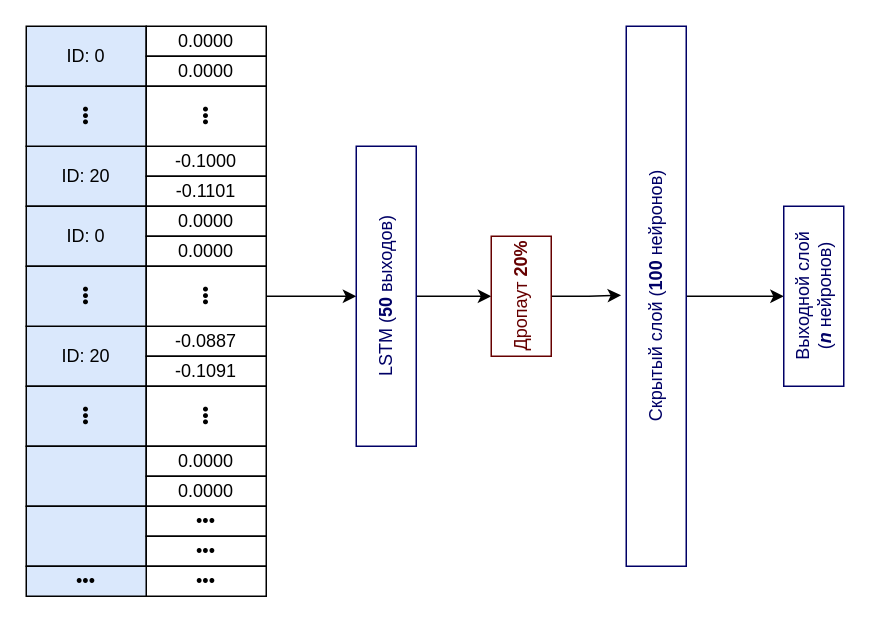
Above: page "Page-2" (2 of 3) of docs/pics/drawio_schemes/nn-scheme.drawio in in7erval/Gesturix (draw.io), before the change. Source tidied: cells renumbered, new cells numbered last; positions are measured from the earlier drawing's top-left corner, leaving out a move shared by most shapes. Both pictures are drawn from the tidied source at 150%, with x=0, y=0 at pixel (26, 26).
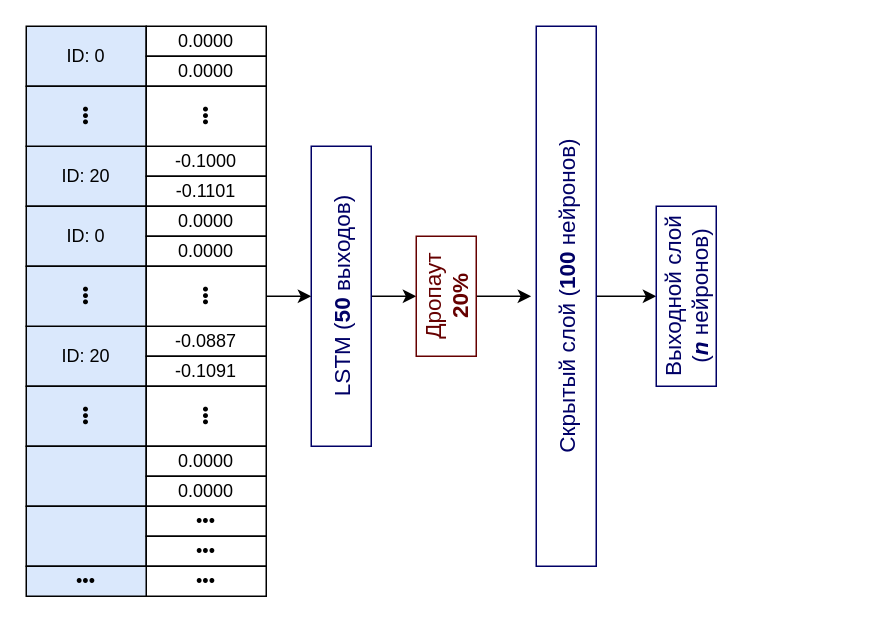
After the change.

What changed in the source:
```diff
@@
-    <mxCell id="9" value="LSTM (&lt;b&gt;50&lt;/b&gt; выходов)" style="rounded=0;whiteSpace=wrap;html=1;strokeColor=#000066;horizontal=0;fontColor=#000066;" parent="1" vertex="1">
-      <mxGeometry x="220" y="80" width="40" height="200" as="geometry" />
+    <mxCell id="9" value="LSTM (&lt;b style=&quot;font-size: 15px;&quot;&gt;50&lt;/b&gt; выходов)" style="rounded=0;whiteSpace=wrap;html=1;strokeColor=#000066;horizontal=0;fontColor=#000066;fontSize=15;" parent="1" vertex="1">
+      <mxGeometry x="190" y="80" width="40" height="200" as="geometry" />
     </mxCell>
@@
-    <mxCell id="11" value="Дропаут &lt;b&gt;20%&lt;/b&gt;" style="rounded=0;whiteSpace=wrap;html=1;strokeColor=#660000;horizontal=0;fontColor=#660000;" parent="1" vertex="1">
-      <mxGeometry x="310" y="140" width="40" height="80" as="geometry" />
+    <mxCell id="11" value="Дропаут &lt;b style=&quot;font-size: 15px;&quot;&gt;20%&lt;/b&gt;" style="rounded=0;whiteSpace=wrap;html=1;strokeColor=#660000;horizontal=0;fontColor=#660000;fontSize=15;" parent="1" vertex="1">
+      <mxGeometry x="260" y="140" width="40" height="80" as="geometry" />
     </mxCell>
@@
-    <mxCell id="13" value="Скрытый слой (&lt;b&gt;100&lt;/b&gt;&amp;nbsp;нейронов)" style="rounded=0;whiteSpace=wrap;html=1;strokeColor=#000066;horizontal=0;fontColor=#000066;" parent="1" vertex="1">
-      <mxGeometry x="400" width="40" height="360" as="geometry" />
+    <mxCell id="13" value="Скрытый слой (&lt;b style=&quot;font-size: 15px;&quot;&gt;100&lt;/b&gt;&amp;nbsp;нейронов)" style="rounded=0;whiteSpace=wrap;html=1;strokeColor=#000066;horizontal=0;fontColor=#000066;fontSize=15;" parent="1" vertex="1">
+      <mxGeometry x="340" width="40" height="360" as="geometry" />
     </mxCell>
-    <mxCell id="14" value="Выходной слой (&lt;i&gt;&lt;b&gt;n&lt;/b&gt;&amp;nbsp;&lt;/i&gt;нейронов)" style="rounded=0;whiteSpace=wrap;html=1;strokeColor=#000066;horizontal=0;fontColor=#000066;" parent="1" vertex="1">
-      <mxGeometry x="505" y="120" width="40" height="120" as="geometry" />
+    <mxCell id="14" value="Выходной слой (&lt;i style=&quot;font-size: 15px;&quot;&gt;&lt;b style=&quot;font-size: 15px;&quot;&gt;n&lt;/b&gt;&amp;nbsp;&lt;/i&gt;нейронов)" style="rounded=0;whiteSpace=wrap;html=1;strokeColor=#000066;horizontal=0;fontColor=#000066;fontSize=15;" parent="1" vertex="1">
+      <mxGeometry x="420" y="120" width="40" height="120" as="geometry" />
     </mxCell>
```
